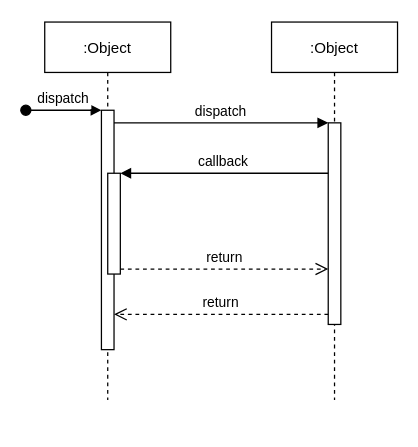
This is Untitled Diagram.drawio from MinDaHu/UML, a draw.io file, before an edit. Source tidied: cells renumbered, new cells numbered last; positions are measured from the earlier drawing's top-left corner, leaving out a move shared by most shapes. Both pictures are drawn from the tidied source at 126%, with x=0, y=0 at pixel (25, 21).
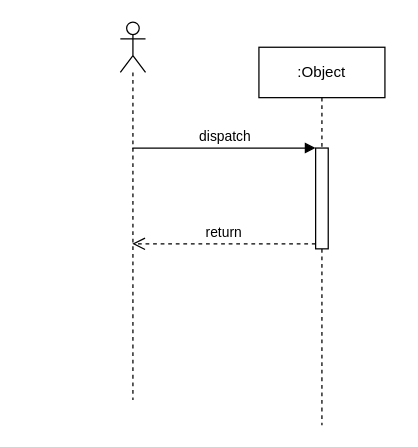
The same diagram, later.

Diff of the diagram source:
```diff
@@
 <mxGraphModel>
   <root>
     <mxCell id="0" />
     <mxCell id="1" parent="0" />
-    <mxCell id="2" value=":Object" style="shape=umlLifeline;perimeter=lifelinePerimeter;rounded=0;shadow=0;strokeWidth=1;" parent="1" vertex="1">
-      <mxGeometry x="15" width="100" height="300" as="geometry" />
-    </mxCell>
-    <mxCell id="3" style="points=[];perimeter=orthogonalPerimeter;rounded=0;shadow=0;strokeWidth=1;" parent="2" vertex="1">
-      <mxGeometry x="45" y="70" width="10" height="190" as="geometry" />
-    </mxCell>
-    <mxCell id="4" value="dispatch" style="verticalAlign=bottom;startArrow=oval;endArrow=block;startSize=8;shadow=0;strokeWidth=1;" parent="2" edge="1" target="3">
-      <mxGeometry relative="1" as="geometry">
-        <mxPoint x="-15" y="70" as="sourcePoint" />
-      </mxGeometry>
-    </mxCell>
-    <mxCell id="5" style="points=[];perimeter=orthogonalPerimeter;rounded=0;shadow=0;strokeWidth=1;" parent="2" vertex="1">
-      <mxGeometry x="50" y="120" width="10" height="80" as="geometry" />
-    </mxCell>
-    <mxCell id="6" value=":Object" style="shape=umlLifeline;perimeter=lifelinePerimeter;rounded=0;shadow=0;strokeWidth=1;" parent="1" vertex="1">
-      <mxGeometry x="195" width="100" height="300" as="geometry" />
-    </mxCell>
-    <mxCell id="7" style="points=[];perimeter=orthogonalPerimeter;rounded=0;shadow=0;strokeWidth=1;" parent="6" vertex="1">
-      <mxGeometry x="45" y="80" width="10" height="160" as="geometry" />
-    </mxCell>
-    <mxCell id="8" value="return" style="verticalAlign=bottom;endArrow=open;dashed=1;endSize=8;exitX=0;exitY=0.95;shadow=0;strokeWidth=1;" parent="1" edge="1" source="7" target="3">
-      <mxGeometry relative="1" as="geometry" />
-    </mxCell>
-    <mxCell id="9" value="dispatch" style="verticalAlign=bottom;endArrow=block;entryX=0;entryY=0;shadow=0;strokeWidth=1;" parent="1" edge="1" source="3" target="7">
-      <mxGeometry relative="1" as="geometry" />
-    </mxCell>
-    <mxCell id="10" value="callback" style="verticalAlign=bottom;endArrow=block;entryX=1;entryY=0;shadow=0;strokeWidth=1;" parent="1" edge="1" source="7" target="5">
-      <mxGeometry relative="1" as="geometry" />
-    </mxCell>
-    <mxCell id="11" value="return" style="verticalAlign=bottom;endArrow=open;dashed=1;endSize=8;exitX=1;exitY=0.95;shadow=0;strokeWidth=1;" parent="1" edge="1" source="5" target="7">
-      <mxGeometry relative="1" as="geometry" />
-    </mxCell>
+    <mxCell id="12" style="shape=umlLifeline;participant=umlActor;perimeter=lifelinePerimeter;whiteSpace=wrap;html=1;verticalAlign=top;spacingTop=36;outlineConnect=0;" parent="1" vertex="1">
+      <mxGeometry x="75" width="20" height="300" as="geometry" />
+    </mxCell>
+    <mxCell id="13" value=":Object" style="shape=umlLifeline;perimeter=lifelinePerimeter;whiteSpace=wrap;html=1;" parent="1" vertex="1">
+      <mxGeometry x="185" y="20" width="100" height="300" as="geometry" />
+    </mxCell>
+    <mxCell id="14" style="html=1;points=[];perimeter=orthogonalPerimeter;" parent="13" vertex="1">
+      <mxGeometry x="45" y="80" width="10" height="80" as="geometry" />
+    </mxCell>
+    <mxCell id="15" value="return" style="html=1;verticalAlign=bottom;endArrow=open;dashed=1;endSize=8;exitX=0;exitY=0.95;" parent="1" edge="1" source="14" target="12">
+      <mxGeometry relative="1" as="geometry" />
+    </mxCell>
+    <mxCell id="16" value="dispatch" style="html=1;verticalAlign=bottom;endArrow=block;entryX=0;entryY=0;" parent="1" edge="1" source="12" target="14">
+      <mxGeometry relative="1" as="geometry" />
+    </mxCell>
   </root>
 </mxGraphModel>
```
